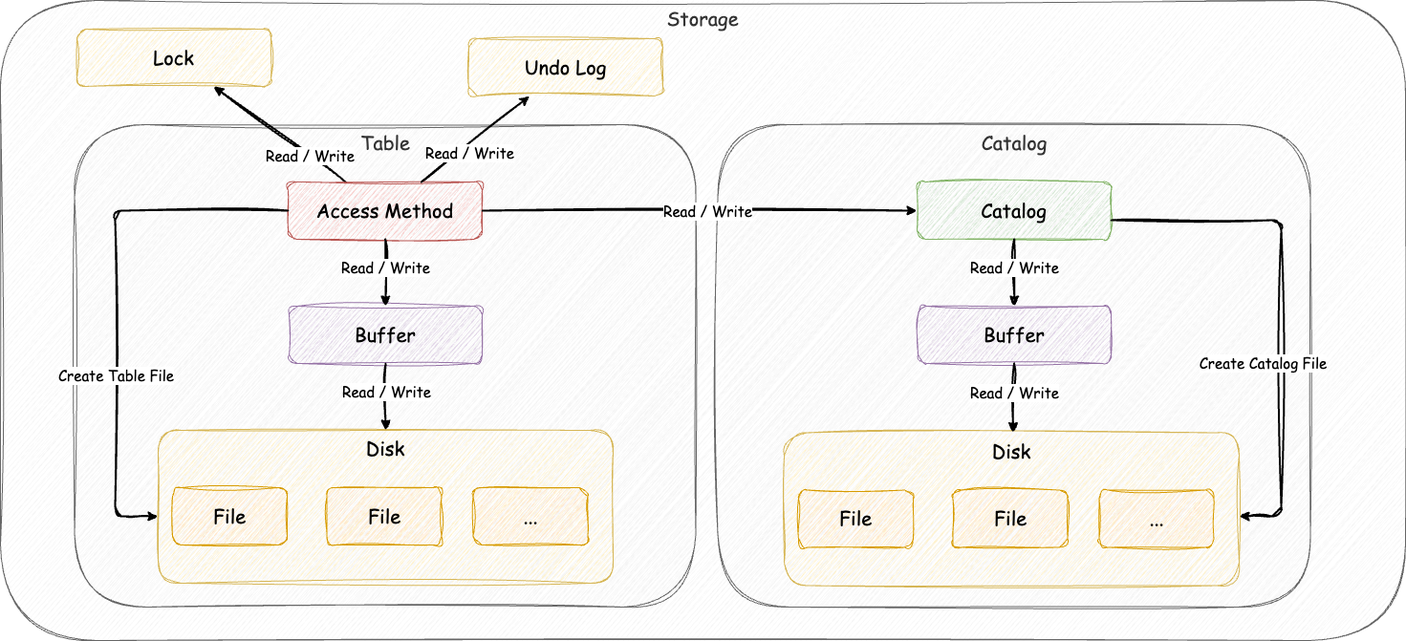
Earlier version of the draw.io export docs/architecture/architecture.drawio.png (ren-yamanashi/minesql). Source tidied: cells renumbered, new cells last; positions are measured from the earlier drawing's top-left corner, leaving out a move shared by most shapes.
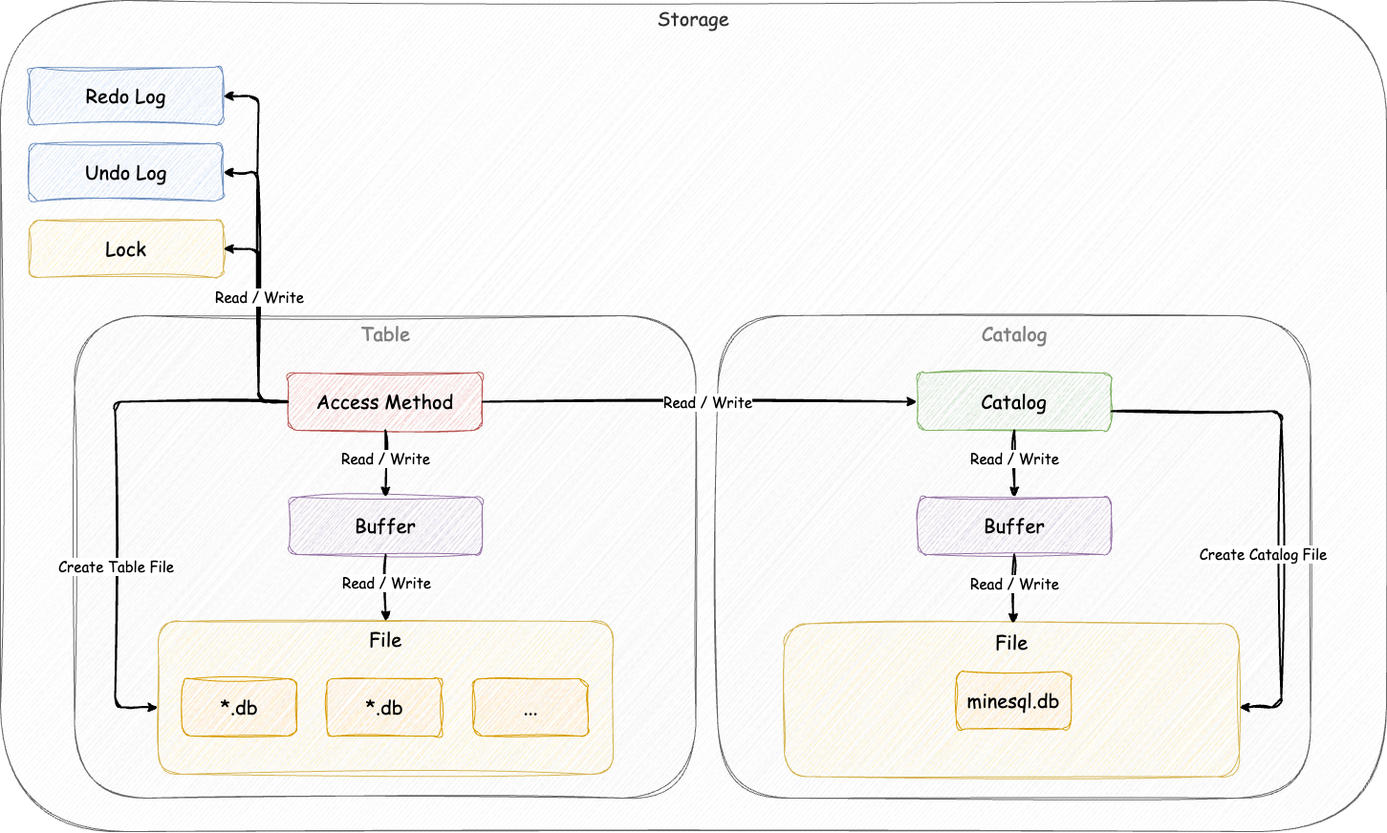
After the change.

Change to the diagram source:
```diff
@@ -3,12 +3,12 @@
     <mxCell id="0" />
     <mxCell id="1" parent="0" />
     <mxCell id="2" value="&lt;font face=&quot;Comic Sans MS&quot;&gt;Storage&lt;/font&gt;" style="rounded=1;whiteSpace=wrap;html=1;sketch=1;curveFitting=1;jiggle=2;fontSize=20;fillColor=#f5f5f5;strokeColor=#666666;verticalAlign=top;fontColor=#333333;" parent="1" vertex="1">
-      <mxGeometry width="1470" height="670" as="geometry" />
+      <mxGeometry y="-200" width="1450" height="870" as="geometry" />
     </mxCell>
-    <mxCell id="3" value="&lt;font face=&quot;Comic Sans MS&quot;&gt;Table&lt;/font&gt;" style="rounded=1;whiteSpace=wrap;html=1;sketch=1;curveFitting=1;jiggle=2;fontSize=20;horizontal=1;verticalAlign=top;fillColor=#f5f5f5;fontColor=#333333;strokeColor=#666666;" parent="1" vertex="1">
+    <mxCell id="3" value="&lt;font style=&quot;color: rgb(128, 128, 128);&quot; face=&quot;Comic Sans MS&quot;&gt;Table&lt;/font&gt;" style="rounded=1;whiteSpace=wrap;html=1;sketch=1;curveFitting=1;jiggle=2;fontSize=20;horizontal=1;verticalAlign=top;fillColor=#f5f5f5;fontColor=#333333;strokeColor=#666666;" parent="1" vertex="1">
       <mxGeometry x="77.5" y="130" width="650" height="505" as="geometry" />
     </mxCell>
-    <mxCell id="4" value="&lt;font face=&quot;Comic Sans MS&quot;&gt;Catalog&lt;/font&gt;" style="rounded=1;whiteSpace=wrap;html=1;sketch=1;curveFitting=1;jiggle=2;fontSize=20;horizontal=1;verticalAlign=top;fillColor=#f5f5f5;fontColor=#333333;strokeColor=#666666;" parent="1" vertex="1">
+    <mxCell id="4" value="&lt;font style=&quot;color: rgb(128, 128, 128);&quot; face=&quot;Comic Sans MS&quot;&gt;Catalog&lt;/font&gt;" style="rounded=1;whiteSpace=wrap;html=1;sketch=1;curveFitting=1;jiggle=2;fontSize=20;horizontal=1;verticalAlign=top;fillColor=#f5f5f5;fontColor=#333333;strokeColor=#666666;" parent="1" vertex="1">
       <mxGeometry x="750.5" y="130" width="620" height="505" as="geometry" />
     </mxCell>
     <mxCell id="5" style="endArrow=classic;html=1;sketch=1;curveFitting=1;jiggle=2;strokeWidth=2;" parent="1" edge="1" source="x">
@@ -42,18 +42,23 @@
       </mxGeometry>
     </mxCell>
     <mxCell id="11" value="&lt;font face=&quot;Comic Sans MS&quot;&gt;Lock&lt;/font&gt;" style="rounded=1;whiteSpace=wrap;html=1;sketch=1;curveFitting=1;jiggle=2;fontSize=20;fillColor=#fff2cc;strokeColor=#d6b656;" parent="1" vertex="1">
-      <mxGeometry x="80" y="30" width="203" height="60" as="geometry" />
+      <mxGeometry x="30" y="30" width="203" height="60" as="geometry" />
     </mxCell>
-    <mxCell id="12" style="endArrow=classic;html=1;sketch=1;curveFitting=1;jiggle=2;strokeWidth=2;" parent="1" edge="1" source="21" target="11">
-      <mxGeometry relative="1" as="geometry" />
+    <mxCell id="12" style="endArrow=classic;html=1;sketch=1;curveFitting=1;jiggle=2;strokeWidth=2;edgeStyle=orthogonalEdgeStyle;" parent="1" edge="1" source="21" target="11">
+      <mxGeometry relative="1" as="geometry">
+        <Array as="points">
+          <mxPoint x="270" y="220" />
+          <mxPoint x="270" y="60" />
+        </Array>
+      </mxGeometry>
     </mxCell>
     <mxCell id="13" value="&lt;font face=&quot;Comic Sans MS&quot; style=&quot;font-size: 15px;&quot;&gt;Read / Write&lt;/font&gt;" style="edgeLabel;html=1;align=center;verticalAlign=middle;" parent="12" vertex="1">
       <mxGeometry x="-0.3" y="4" relative="1" as="geometry">
-        <mxPoint x="13" y="4" as="offset" />
+        <mxPoint x="4" y="-61" as="offset" />
       </mxGeometry>
     </mxCell>
-    <mxCell id="14" value="&lt;font face=&quot;Comic Sans MS&quot;&gt;Undo Log&lt;/font&gt;" style="rounded=1;whiteSpace=wrap;html=1;sketch=1;curveFitting=1;jiggle=2;fontSize=20;fillColor=#fff2cc;strokeColor=#d6b656;" parent="1" vertex="1">
-      <mxGeometry x="490" y="40" width="203" height="60" as="geometry" />
+    <mxCell id="14" value="&lt;font face=&quot;Comic Sans MS&quot;&gt;Undo Log&lt;/font&gt;" style="rounded=1;whiteSpace=wrap;html=1;sketch=1;curveFitting=1;jiggle=2;fontSize=20;fillColor=#dae8fc;strokeColor=#6c8ebf;" parent="1" vertex="1">
+      <mxGeometry x="30" y="-50" width="203" height="60" as="geometry" />
     </mxCell>
     <mxCell id="15" value="&lt;font face=&quot;Comic Sans MS&quot;&gt;Buffer&lt;/font&gt;" style="rounded=1;whiteSpace=wrap;html=1;sketch=1;curveFitting=1;jiggle=2;fontSize=20;fillColor=#e1d5e7;strokeColor=#9673a6;" parent="1" vertex="1">
       <mxGeometry x="302" y="320" width="202" height="60" as="geometry" />
@@ -61,13 +66,13 @@
     <mxCell id="16" style="group;" parent="1" vertex="1">
       <mxGeometry x="165" y="450" width="476" height="160" as="geometry" />
     </mxCell>
-    <mxCell id="17" value="&lt;font face=&quot;Comic Sans MS&quot;&gt;Disk&lt;/font&gt;" style="rounded=1;whiteSpace=wrap;html=1;sketch=1;curveFitting=1;jiggle=2;fontSize=20;horizontal=1;verticalAlign=top;fillColor=#fff2cc;strokeColor=#d6b656;" parent="16" vertex="1">
+    <mxCell id="17" value="&lt;font face=&quot;Comic Sans MS&quot;&gt;File&lt;/font&gt;" style="rounded=1;whiteSpace=wrap;html=1;sketch=1;curveFitting=1;jiggle=2;fontSize=20;horizontal=1;verticalAlign=top;fillColor=#fff2cc;strokeColor=#d6b656;" parent="16" vertex="1">
       <mxGeometry width="476" height="160" as="geometry" />
     </mxCell>
-    <mxCell id="18" value="&lt;font face=&quot;Comic Sans MS&quot;&gt;File&lt;/font&gt;" style="rounded=1;whiteSpace=wrap;html=1;sketch=1;curveFitting=1;jiggle=2;fontSize=20;fillColor=#ffe6cc;strokeColor=#d79b00;" parent="16" vertex="1">
-      <mxGeometry x="15" y="60" width="120" height="60" as="geometry" />
+    <mxCell id="18" value="&lt;font face=&quot;Comic Sans MS&quot;&gt;*.db&lt;/font&gt;" style="rounded=1;whiteSpace=wrap;html=1;sketch=1;curveFitting=1;jiggle=2;fontSize=20;fillColor=#ffe6cc;strokeColor=#d79b00;" parent="16" vertex="1">
+      <mxGeometry x="25" y="60" width="120" height="60" as="geometry" />
     </mxCell>
-    <mxCell id="19" value="&lt;font face=&quot;Comic Sans MS&quot;&gt;File&lt;br&gt;&lt;/font&gt;" style="rounded=1;whiteSpace=wrap;html=1;sketch=1;curveFitting=1;jiggle=2;fontSize=20;fillColor=#ffe6cc;strokeColor=#d79b00;" parent="16" vertex="1">
+    <mxCell id="19" value="&lt;font face=&quot;Comic Sans MS&quot;&gt;*.db&lt;/font&gt;" style="rounded=1;whiteSpace=wrap;html=1;sketch=1;curveFitting=1;jiggle=2;fontSize=20;fillColor=#ffe6cc;strokeColor=#d79b00;" parent="16" vertex="1">
       <mxGeometry x="176.5" y="60" width="120" height="60" as="geometry" />
     </mxCell>
     <mxCell id="20" value="&lt;font face=&quot;Comic Sans MS&quot;&gt;...&lt;/font&gt;" style="rounded=1;whiteSpace=wrap;html=1;sketch=1;curveFitting=1;jiggle=2;fontSize=20;fillColor=#ffe6cc;strokeColor=#d79b00;" parent="16" vertex="1">
@@ -108,18 +113,12 @@
     <mxCell id="28" style="group;" parent="1" vertex="1">
       <mxGeometry x="820" y="452.5" width="576" height="192.5" as="geometry" />
     </mxCell>
-    <mxCell id="29" value="&lt;font face=&quot;Comic Sans MS&quot;&gt;Disk&lt;/font&gt;" style="rounded=1;whiteSpace=wrap;html=1;sketch=1;curveFitting=1;jiggle=2;fontSize=20;horizontal=1;verticalAlign=top;fillColor=#fff2cc;strokeColor=#d6b656;" parent="28" vertex="1">
+    <mxCell id="29" value="&lt;font face=&quot;Comic Sans MS&quot;&gt;File&lt;/font&gt;" style="rounded=1;whiteSpace=wrap;html=1;sketch=1;curveFitting=1;jiggle=2;fontSize=20;horizontal=1;verticalAlign=top;fillColor=#fff2cc;strokeColor=#d6b656;" parent="28" vertex="1">
       <mxGeometry width="476" height="160" as="geometry" />
     </mxCell>
-    <mxCell id="30" value="&lt;font face=&quot;Comic Sans MS&quot;&gt;File&lt;/font&gt;" style="rounded=1;whiteSpace=wrap;html=1;sketch=1;curveFitting=1;jiggle=2;fontSize=20;fillColor=#ffe6cc;strokeColor=#d79b00;" parent="28" vertex="1">
-      <mxGeometry x="15" y="60" width="120" height="60" as="geometry" />
+    <mxCell id="30" value="&lt;font face=&quot;Comic Sans MS&quot;&gt;minesql.db&lt;/font&gt;" style="rounded=1;whiteSpace=wrap;html=1;sketch=1;curveFitting=1;jiggle=2;fontSize=20;fillColor=#ffe6cc;strokeColor=#d79b00;" parent="28" vertex="1">
+      <mxGeometry x="180" y="50" width="120" height="60" as="geometry" />
     </mxCell>
-    <mxCell id="31" value="&lt;font face=&quot;Comic Sans MS&quot;&gt;File&lt;br&gt;&lt;/font&gt;" style="rounded=1;whiteSpace=wrap;html=1;sketch=1;curveFitting=1;jiggle=2;fontSize=20;fillColor=#ffe6cc;strokeColor=#d79b00;" parent="28" vertex="1">
-      <mxGeometry x="176.5" y="60" width="120" height="60" as="geometry" />
-    </mxCell>
-    <mxCell id="32" value="&lt;font face=&quot;Comic Sans MS&quot;&gt;...&lt;/font&gt;" style="rounded=1;whiteSpace=wrap;html=1;sketch=1;curveFitting=1;jiggle=2;fontSize=20;fillColor=#ffe6cc;strokeColor=#d79b00;" parent="28" vertex="1">
-      <mxGeometry x="329.5" y="60" width="120" height="60" as="geometry" />
-    </mxCell>
     <mxCell id="33" value="&lt;font face=&quot;Comic Sans MS&quot;&gt;Buffer&lt;/font&gt;" style="rounded=1;whiteSpace=wrap;html=1;sketch=1;curveFitting=1;jiggle=2;fontSize=20;fillColor=#e1d5e7;strokeColor=#9673a6;" parent="1" vertex="1">
       <mxGeometry x="960" y="320" width="202" height="60" as="geometry" />
     </mxCell>
@@ -163,13 +162,34 @@
         <mxPoint x="77" y="4" as="offset" />
       </mxGeometry>
     </mxCell>
-    <mxCell id="43" style="endArrow=classic;html=1;sketch=1;curveFitting=1;jiggle=2;strokeWidth=2;" parent="1" edge="1" source="21" target="14">
-      <mxGeometry relative="1" as="geometry" />
+    <mxCell id="43" style="endArrow=classic;html=1;sketch=1;curveFitting=1;jiggle=2;strokeWidth=2;edgeStyle=orthogonalEdgeStyle;" parent="1" edge="1" source="21" target="14">
+      <mxGeometry relative="1" as="geometry">
+        <Array as="points">
+          <mxPoint x="270" y="220" />
+          <mxPoint x="270" y="-20" />
+        </Array>
+      </mxGeometry>
     </mxCell>
     <mxCell id="44" value="&lt;font face=&quot;Comic Sans MS&quot; style=&quot;font-size: 15px;&quot;&gt;Read / Write&lt;/font&gt;" style="edgeLabel;html=1;align=center;verticalAlign=middle;" parent="43" vertex="1">
       <mxGeometry x="-0.3" y="4" relative="1" as="geometry">
-        <mxPoint x="13" y="4" as="offset" />
+        <mxPoint x="4" y="-34" as="offset" />
       </mxGeometry>
     </mxCell>
+    <mxCell id="45" value="&lt;font face=&quot;Comic Sans MS&quot;&gt;Redo Log&lt;/font&gt;" style="rounded=1;whiteSpace=wrap;html=1;sketch=1;curveFitting=1;jiggle=2;fontSize=20;fillColor=#dae8fc;strokeColor=#6c8ebf;" parent="1" vertex="1">
+      <mxGeometry x="30" y="-130" width="203" height="60" as="geometry" />
+    </mxCell>
+    <mxCell id="46" style="endArrow=classic;html=1;sketch=1;curveFitting=1;jiggle=2;strokeWidth=2;edgeStyle=orthogonalEdgeStyle;" parent="1" edge="1" source="21" target="45">
+      <mxGeometry relative="1" as="geometry">
+        <Array as="points">
+          <mxPoint x="270" y="220" />
+          <mxPoint x="270" y="-100" />
+        </Array>
+      </mxGeometry>
+    </mxCell>
+    <mxCell id="47" value="&lt;font face=&quot;Comic Sans MS&quot; style=&quot;font-size: 15px;&quot;&gt;Read / Write&lt;/font&gt;" style="edgeLabel;html=1;align=center;verticalAlign=middle;" parent="46" vertex="1">
+      <mxGeometry x="-0.3" y="4" relative="1" as="geometry">
+        <mxPoint x="4" y="-5" as="offset" />
+      </mxGeometry>
+    </mxCell>
   </root>
 </mxGraphModel>
```
